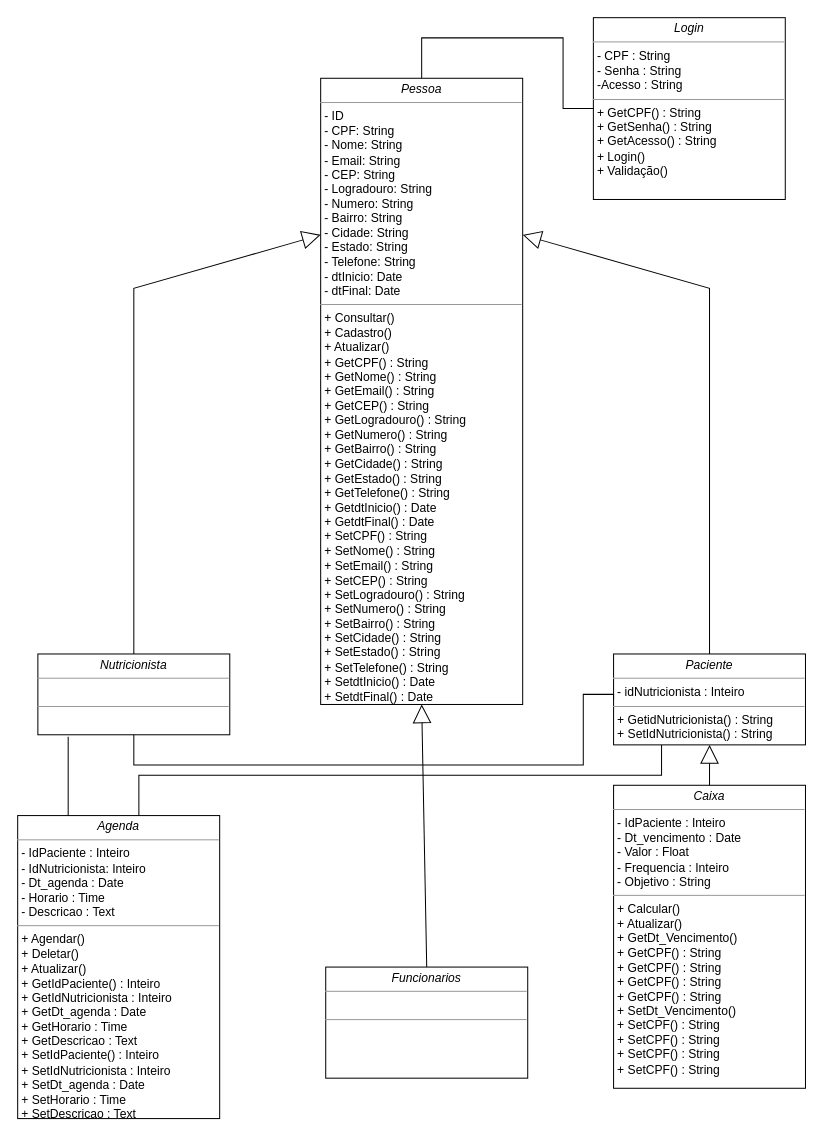
The draw.io diagram Diagrama de Classe.drawio in Tavares264/Project_PccFit, before the edit. Source tidied: cells renumbered, new cells numbered last; positions are measured from the earlier drawing's top-left corner, leaving out a move shared by most shapes. Both pictures are drawn from the tidied source at 101%, with x=0, y=0 at pixel (17, 17).
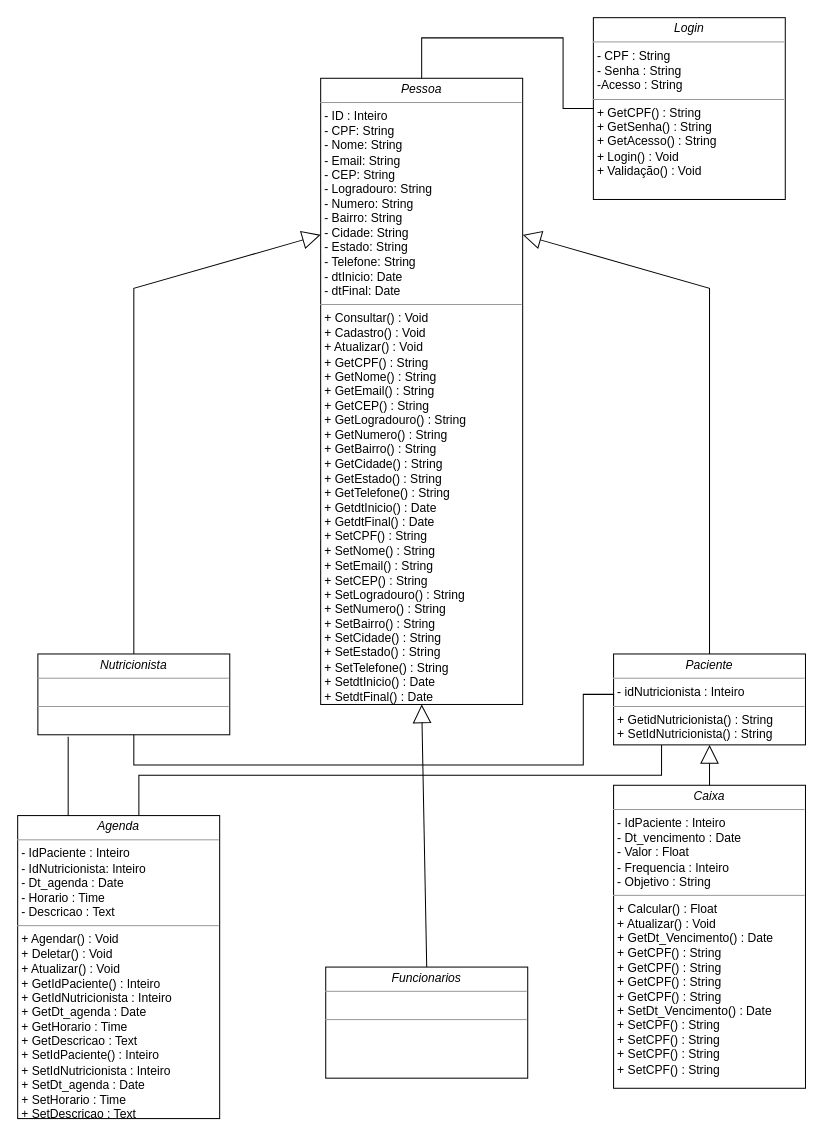
After the change.

What changed in the source:
```diff
@@
-    <mxCell id="5" value="&lt;p style=&quot;margin: 0px ; margin-top: 4px ; text-align: center&quot;&gt;&lt;i&gt;Pessoa&lt;/i&gt;&lt;/p&gt;&lt;hr size=&quot;1&quot;&gt;&lt;p style=&quot;margin: 0px ; margin-left: 4px&quot;&gt;- ID&lt;/p&gt;&lt;p style=&quot;margin: 0px ; margin-left: 4px&quot;&gt;- CPF: String&lt;br&gt;- Nome: String&lt;/p&gt;&lt;p style=&quot;margin: 0px ; margin-left: 4px&quot;&gt;- Email: String&lt;/p&gt;&lt;p style=&quot;margin: 0px ; margin-left: 4px&quot;&gt;- CEP: String&lt;/p&gt;&lt;p style=&quot;margin: 0px ; margin-left: 4px&quot;&gt;- Logradouro: String&lt;/p&gt;&lt;p style=&quot;margin: 0px ; margin-left: 4px&quot;&gt;- Numero: String&lt;/p&gt;&lt;p style=&quot;margin: 0px ; margin-left: 4px&quot;&gt;- Bairro: String&lt;/p&gt;&lt;p style=&quot;margin: 0px ; margin-left: 4px&quot;&gt;- Cidade: String&lt;/p&gt;&lt;p style=&quot;margin: 0px ; margin-left: 4px&quot;&gt;- Estado: String&lt;/p&gt;&lt;p style=&quot;margin: 0px ; margin-left: 4px&quot;&gt;- Telefone: String&lt;/p&gt;&lt;p style=&quot;margin: 0px ; margin-left: 4px&quot;&gt;- dtInicio: Date&lt;/p&gt;&lt;p style=&quot;margin: 0px ; margin-left: 4px&quot;&gt;- dtFinal: Date&lt;br&gt;&lt;/p&gt;&lt;hr size=&quot;1&quot;&gt;&lt;p style=&quot;margin: 0px 0px 0px 4px&quot;&gt;&lt;span&gt;+ Consultar()&lt;/span&gt;&lt;br&gt;&lt;/p&gt;&lt;p style=&quot;margin: 0px 0px 0px 4px&quot;&gt;+ Cadastro()&lt;/p&gt;&lt;p style=&quot;margin: 0px 0px 0px 4px&quot;&gt;+ Atualizar()&lt;/p&gt;&lt;p style=&quot;margin: 0px 0px 0px 4px&quot;&gt;+ GetCPF() : String&lt;br&gt;+ GetNome() : String&lt;/p&gt;&lt;p style=&quot;margin: 0px 0px 0px 4px&quot;&gt;+ GetEmail() :&amp;nbsp;String&lt;/p&gt;&lt;p style=&quot;margin: 0px 0px 0px 4px&quot;&gt;+ GetCEP() :&amp;nbsp;String&lt;/p&gt;&lt;p style=&quot;margin: 0px 0px 0px 4px&quot;&gt;+ GetLogradouro() :&amp;nbsp;String&lt;/p&gt;&lt;p style=&quot;margin: 0px 0px 0px 4px&quot;&gt;+ GetNumero() :&amp;nbsp;String&lt;/p&gt;&lt;p style=&quot;margin: 0px 0px 0px 4px&quot;&gt;+ GetBairro() :&amp;nbsp;String&lt;/p&gt;&lt;p style=&quot;margin: 0px 0px 0px 4px&quot;&gt;+ GetCidade() :&amp;nbsp;String&lt;/p&gt;&lt;p style=&quot;margin: 0px 0px 0px 4px&quot;&gt;+ GetEstado() :&amp;nbsp;String&lt;/p&gt;&lt;p style=&quot;margin: 0px 0px 0px 4px&quot;&gt;+ GetTelefone() :&amp;nbsp;String&lt;/p&gt;&lt;p style=&quot;margin: 0px 0px 0px 4px&quot;&gt;+ GetdtInicio() :&amp;nbsp;Date&lt;/p&gt;&lt;p style=&quot;margin: 0px 0px 0px 4px&quot;&gt;+ GetdtFinal() :&amp;nbsp;Date&lt;/p&gt;&lt;p style=&quot;margin: 0px 0px 0px 4px&quot;&gt;+ SetCPF() : String&lt;br&gt;+ SetNome() : String&lt;/p&gt;&lt;p style=&quot;margin: 0px 0px 0px 4px&quot;&gt;+ SetEmail() :&amp;nbsp;String&lt;/p&gt;&lt;p style=&quot;margin: 0px 0px 0px 4px&quot;&gt;+ SetCEP() :&amp;nbsp;String&lt;/p&gt;&lt;p style=&quot;margin: 0px 0px 0px 4px&quot;&gt;+ SetLogradouro() :&amp;nbsp;String&lt;/p&gt;&lt;p style=&quot;margin: 0px 0px 0px 4px&quot;&gt;+ SetNumero() :&amp;nbsp;String&lt;/p&gt;&lt;p style=&quot;margin: 0px 0px 0px 4px&quot;&gt;+ SetBairro() :&amp;nbsp;String&lt;/p&gt;&lt;p style=&quot;margin: 0px 0px 0px 4px&quot;&gt;+ SetCidade() :&amp;nbsp;String&lt;/p&gt;&lt;p style=&quot;margin: 0px 0px 0px 4px&quot;&gt;+ SetEstado() :&amp;nbsp;String&lt;/p&gt;&lt;p style=&quot;margin: 0px 0px 0px 4px&quot;&gt;+ SetTelefone() :&amp;nbsp;String&lt;/p&gt;&lt;p style=&quot;margin: 0px 0px 0px 4px&quot;&gt;+ SetdtInicio() :&amp;nbsp;Date&lt;/p&gt;&lt;p style=&quot;margin: 0px 0px 0px 4px&quot;&gt;+ SetdtFinal() :&amp;nbsp;Date&lt;/p&gt;" style="verticalAlign=top;align=left;overflow=fill;fontSize=12;fontFamily=Helvetica;html=1;rounded=0;shadow=0;comic=0;labelBackgroundColor=none;strokeWidth=1;" parent="1" vertex="1">
+    <mxCell id="5" value="&lt;p style=&quot;margin: 0px ; margin-top: 4px ; text-align: center&quot;&gt;&lt;i&gt;Pessoa&lt;/i&gt;&lt;/p&gt;&lt;hr size=&quot;1&quot;&gt;&lt;p style=&quot;margin: 0px ; margin-left: 4px&quot;&gt;- ID : Inteiro&lt;/p&gt;&lt;p style=&quot;margin: 0px ; margin-left: 4px&quot;&gt;- CPF: String&lt;br&gt;- Nome: String&lt;/p&gt;&lt;p style=&quot;margin: 0px ; margin-left: 4px&quot;&gt;- Email: String&lt;/p&gt;&lt;p style=&quot;margin: 0px ; margin-left: 4px&quot;&gt;- CEP: String&lt;/p&gt;&lt;p style=&quot;margin: 0px ; margin-left: 4px&quot;&gt;- Logradouro: String&lt;/p&gt;&lt;p style=&quot;margin: 0px ; margin-left: 4px&quot;&gt;- Numero: String&lt;/p&gt;&lt;p style=&quot;margin: 0px ; margin-left: 4px&quot;&gt;- Bairro: String&lt;/p&gt;&lt;p style=&quot;margin: 0px ; margin-left: 4px&quot;&gt;- Cidade: String&lt;/p&gt;&lt;p style=&quot;margin: 0px ; margin-left: 4px&quot;&gt;- Estado: String&lt;/p&gt;&lt;p style=&quot;margin: 0px ; margin-left: 4px&quot;&gt;- Telefone: String&lt;/p&gt;&lt;p style=&quot;margin: 0px ; margin-left: 4px&quot;&gt;- dtInicio: Date&lt;/p&gt;&lt;p style=&quot;margin: 0px ; margin-left: 4px&quot;&gt;- dtFinal: Date&lt;br&gt;&lt;/p&gt;&lt;hr size=&quot;1&quot;&gt;&lt;p style=&quot;margin: 0px 0px 0px 4px&quot;&gt;&lt;span&gt;+ Consultar() : Void&lt;/span&gt;&lt;br&gt;&lt;/p&gt;&lt;p style=&quot;margin: 0px 0px 0px 4px&quot;&gt;+ Cadastro() : Void&lt;/p&gt;&lt;p style=&quot;margin: 0px 0px 0px 4px&quot;&gt;+ Atualizar() : Void&lt;/p&gt;&lt;p style=&quot;margin: 0px 0px 0px 4px&quot;&gt;+ GetCPF() : String&lt;br&gt;+ GetNome() : String&lt;/p&gt;&lt;p style=&quot;margin: 0px 0px 0px 4px&quot;&gt;+ GetEmail() :&amp;nbsp;String&lt;/p&gt;&lt;p style=&quot;margin: 0px 0px 0px 4px&quot;&gt;+ GetCEP() :&amp;nbsp;String&lt;/p&gt;&lt;p style=&quot;margin: 0px 0px 0px 4px&quot;&gt;+ GetLogradouro() :&amp;nbsp;String&lt;/p&gt;&lt;p style=&quot;margin: 0px 0px 0px 4px&quot;&gt;+ GetNumero() :&amp;nbsp;String&lt;/p&gt;&lt;p style=&quot;margin: 0px 0px 0px 4px&quot;&gt;+ GetBairro() :&amp;nbsp;String&lt;/p&gt;&lt;p style=&quot;margin: 0px 0px 0px 4px&quot;&gt;+ GetCidade() :&amp;nbsp;String&lt;/p&gt;&lt;p style=&quot;margin: 0px 0px 0px 4px&quot;&gt;+ GetEstado() :&amp;nbsp;String&lt;/p&gt;&lt;p style=&quot;margin: 0px 0px 0px 4px&quot;&gt;+ GetTelefone() :&amp;nbsp;String&lt;/p&gt;&lt;p style=&quot;margin: 0px 0px 0px 4px&quot;&gt;+ GetdtInicio() :&amp;nbsp;Date&lt;/p&gt;&lt;p style=&quot;margin: 0px 0px 0px 4px&quot;&gt;+ GetdtFinal() :&amp;nbsp;Date&lt;/p&gt;&lt;p style=&quot;margin: 0px 0px 0px 4px&quot;&gt;+ SetCPF() : String&lt;br&gt;+ SetNome() : String&lt;/p&gt;&lt;p style=&quot;margin: 0px 0px 0px 4px&quot;&gt;+ SetEmail() :&amp;nbsp;String&lt;/p&gt;&lt;p style=&quot;margin: 0px 0px 0px 4px&quot;&gt;+ SetCEP() :&amp;nbsp;String&lt;/p&gt;&lt;p style=&quot;margin: 0px 0px 0px 4px&quot;&gt;+ SetLogradouro() :&amp;nbsp;String&lt;/p&gt;&lt;p style=&quot;margin: 0px 0px 0px 4px&quot;&gt;+ SetNumero() :&amp;nbsp;String&lt;/p&gt;&lt;p style=&quot;margin: 0px 0px 0px 4px&quot;&gt;+ SetBairro() :&amp;nbsp;String&lt;/p&gt;&lt;p style=&quot;margin: 0px 0px 0px 4px&quot;&gt;+ SetCidade() :&amp;nbsp;String&lt;/p&gt;&lt;p style=&quot;margin: 0px 0px 0px 4px&quot;&gt;+ SetEstado() :&amp;nbsp;String&lt;/p&gt;&lt;p style=&quot;margin: 0px 0px 0px 4px&quot;&gt;+ SetTelefone() :&amp;nbsp;String&lt;/p&gt;&lt;p style=&quot;margin: 0px 0px 0px 4px&quot;&gt;+ SetdtInicio() :&amp;nbsp;Date&lt;/p&gt;&lt;p style=&quot;margin: 0px 0px 0px 4px&quot;&gt;+ SetdtFinal() :&amp;nbsp;Date&lt;/p&gt;" style="verticalAlign=top;align=left;overflow=fill;fontSize=12;fontFamily=Helvetica;html=1;rounded=0;shadow=0;comic=0;labelBackgroundColor=none;strokeWidth=1;" parent="1" vertex="1">
       <mxGeometry x="300" y="60" width="200" height="620" as="geometry" />
     </mxCell>
@@
-    <mxCell id="9" value="&lt;p style=&quot;margin: 0px ; margin-top: 4px ; text-align: center&quot;&gt;&lt;i&gt;Caixa&lt;/i&gt;&lt;/p&gt;&lt;hr size=&quot;1&quot;&gt;&lt;p style=&quot;margin: 0px ; margin-left: 4px&quot;&gt;- IdPaciente : Inteiro&lt;br&gt;&lt;/p&gt;&lt;p style=&quot;margin: 0px ; margin-left: 4px&quot;&gt;- Dt_vencimento : Date&lt;/p&gt;&lt;p style=&quot;margin: 0px ; margin-left: 4px&quot;&gt;- Valor : Float&lt;/p&gt;&lt;p style=&quot;margin: 0px ; margin-left: 4px&quot;&gt;- Frequencia : Inteiro&lt;/p&gt;&lt;p style=&quot;margin: 0px ; margin-left: 4px&quot;&gt;- Objetivo : String&amp;nbsp;&lt;/p&gt;&lt;hr size=&quot;1&quot;&gt;&lt;p style=&quot;margin: 0px 0px 0px 4px&quot;&gt;+ Calcular()&lt;/p&gt;&lt;p style=&quot;margin: 0px 0px 0px 4px&quot;&gt;+ Atualizar()&lt;/p&gt;&lt;p style=&quot;margin: 0px 0px 0px 4px&quot;&gt;+ GetDt_Vencimento()&lt;/p&gt;&lt;p style=&quot;margin: 0px 0px 0px 4px&quot;&gt;&lt;span&gt;+ GetCPF() : String&lt;/span&gt;&lt;/p&gt;&lt;p style=&quot;margin: 0px 0px 0px 4px&quot;&gt;+ GetCPF() : String&lt;br&gt;&lt;/p&gt;&lt;p style=&quot;margin: 0px 0px 0px 4px&quot;&gt;+ GetCPF() : String&lt;br&gt;&lt;/p&gt;&lt;p style=&quot;margin: 0px 0px 0px 4px&quot;&gt;+ GetCPF() : String&lt;br&gt;&lt;/p&gt;&lt;p style=&quot;margin: 0px 0px 0px 4px&quot;&gt;+ SetDt_Vencimento()&lt;/p&gt;&lt;p style=&quot;margin: 0px 0px 0px 4px&quot;&gt;+ SetCPF() : String&lt;/p&gt;&lt;p style=&quot;margin: 0px 0px 0px 4px&quot;&gt;+ SetCPF() : String&lt;br&gt;&lt;/p&gt;&lt;p style=&quot;margin: 0px 0px 0px 4px&quot;&gt;+ SetCPF() : String&lt;br&gt;&lt;/p&gt;&lt;p style=&quot;margin: 0px 0px 0px 4px&quot;&gt;+ SetCPF() : String&lt;/p&gt;" style="verticalAlign=top;align=left;overflow=fill;fontSize=12;fontFamily=Helvetica;html=1;rounded=0;shadow=0;comic=0;labelBackgroundColor=none;strokeWidth=1;" parent="1" vertex="1">
+    <mxCell id="9" value="&lt;p style=&quot;margin: 0px ; margin-top: 4px ; text-align: center&quot;&gt;&lt;i&gt;Caixa&lt;/i&gt;&lt;/p&gt;&lt;hr size=&quot;1&quot;&gt;&lt;p style=&quot;margin: 0px ; margin-left: 4px&quot;&gt;- IdPaciente : Inteiro&lt;br&gt;&lt;/p&gt;&lt;p style=&quot;margin: 0px ; margin-left: 4px&quot;&gt;- Dt_vencimento : Date&lt;/p&gt;&lt;p style=&quot;margin: 0px ; margin-left: 4px&quot;&gt;- Valor : Float&lt;/p&gt;&lt;p style=&quot;margin: 0px ; margin-left: 4px&quot;&gt;- Frequencia : Inteiro&lt;/p&gt;&lt;p style=&quot;margin: 0px ; margin-left: 4px&quot;&gt;- Objetivo : String&amp;nbsp;&lt;/p&gt;&lt;hr size=&quot;1&quot;&gt;&lt;p style=&quot;margin: 0px 0px 0px 4px&quot;&gt;+ Calcular() : Float&lt;/p&gt;&lt;p style=&quot;margin: 0px 0px 0px 4px&quot;&gt;+ Atualizar() : Void&lt;/p&gt;&lt;p style=&quot;margin: 0px 0px 0px 4px&quot;&gt;+ GetDt_Vencimento() : Date&lt;/p&gt;&lt;p style=&quot;margin: 0px 0px 0px 4px&quot;&gt;&lt;span&gt;+ GetCPF() : String&lt;/span&gt;&lt;/p&gt;&lt;p style=&quot;margin: 0px 0px 0px 4px&quot;&gt;+ GetCPF() : String&lt;br&gt;&lt;/p&gt;&lt;p style=&quot;margin: 0px 0px 0px 4px&quot;&gt;+ GetCPF() : String&lt;br&gt;&lt;/p&gt;&lt;p style=&quot;margin: 0px 0px 0px 4px&quot;&gt;+ GetCPF() : String&lt;br&gt;&lt;/p&gt;&lt;p style=&quot;margin: 0px 0px 0px 4px&quot;&gt;+ SetDt_Vencimento() : Date&lt;/p&gt;&lt;p style=&quot;margin: 0px 0px 0px 4px&quot;&gt;+ SetCPF() : String&lt;/p&gt;&lt;p style=&quot;margin: 0px 0px 0px 4px&quot;&gt;+ SetCPF() : String&lt;br&gt;&lt;/p&gt;&lt;p style=&quot;margin: 0px 0px 0px 4px&quot;&gt;+ SetCPF() : String&lt;br&gt;&lt;/p&gt;&lt;p style=&quot;margin: 0px 0px 0px 4px&quot;&gt;+ SetCPF() : String&lt;/p&gt;" style="verticalAlign=top;align=left;overflow=fill;fontSize=12;fontFamily=Helvetica;html=1;rounded=0;shadow=0;comic=0;labelBackgroundColor=none;strokeWidth=1;" parent="1" vertex="1">
       <mxGeometry x="590" y="760" width="190" height="300" as="geometry" />
     </mxCell>
@@
-    <mxCell id="12" value="&lt;p style=&quot;margin: 0px ; margin-top: 4px ; text-align: center&quot;&gt;&lt;i&gt;Login&lt;/i&gt;&lt;/p&gt;&lt;hr size=&quot;1&quot;&gt;&lt;p style=&quot;margin: 0px ; margin-left: 4px&quot;&gt;- CPF : String&lt;/p&gt;&lt;p style=&quot;margin: 0px ; margin-left: 4px&quot;&gt;- Senha : String&lt;/p&gt;&lt;p style=&quot;margin: 0px ; margin-left: 4px&quot;&gt;-Acesso : String&lt;/p&gt;&lt;hr size=&quot;1&quot;&gt;&lt;p style=&quot;margin: 0px 0px 0px 4px&quot;&gt;+ GetCPF() : String&lt;/p&gt;&lt;p style=&quot;margin: 0px 0px 0px 4px&quot;&gt;+ GetSenha() : String&lt;/p&gt;&lt;p style=&quot;margin: 0px 0px 0px 4px&quot;&gt;+ GetAcesso() : String&lt;/p&gt;&lt;p style=&quot;margin: 0px 0px 0px 4px&quot;&gt;+ Login()&lt;/p&gt;&lt;p style=&quot;margin: 0px 0px 0px 4px&quot;&gt;+ Validação()&lt;br&gt;&lt;/p&gt;" style="verticalAlign=top;align=left;overflow=fill;fontSize=12;fontFamily=Helvetica;html=1;rounded=0;shadow=0;comic=0;labelBackgroundColor=none;strokeWidth=1;" parent="1" vertex="1">
+    <mxCell id="12" value="&lt;p style=&quot;margin: 0px ; margin-top: 4px ; text-align: center&quot;&gt;&lt;i&gt;Login&lt;/i&gt;&lt;/p&gt;&lt;hr size=&quot;1&quot;&gt;&lt;p style=&quot;margin: 0px ; margin-left: 4px&quot;&gt;- CPF : String&lt;/p&gt;&lt;p style=&quot;margin: 0px ; margin-left: 4px&quot;&gt;- Senha : String&lt;/p&gt;&lt;p style=&quot;margin: 0px ; margin-left: 4px&quot;&gt;-Acesso : String&lt;/p&gt;&lt;hr size=&quot;1&quot;&gt;&lt;p style=&quot;margin: 0px 0px 0px 4px&quot;&gt;+ GetCPF() : String&lt;/p&gt;&lt;p style=&quot;margin: 0px 0px 0px 4px&quot;&gt;+ GetSenha() : String&lt;/p&gt;&lt;p style=&quot;margin: 0px 0px 0px 4px&quot;&gt;+ GetAcesso() : String&lt;/p&gt;&lt;p style=&quot;margin: 0px 0px 0px 4px&quot;&gt;+ Login() : Void&lt;/p&gt;&lt;p style=&quot;margin: 0px 0px 0px 4px&quot;&gt;+ Validação() : Void&lt;br&gt;&lt;/p&gt;" style="verticalAlign=top;align=left;overflow=fill;fontSize=12;fontFamily=Helvetica;html=1;rounded=0;shadow=0;comic=0;labelBackgroundColor=none;strokeWidth=1;" parent="1" vertex="1">
       <mxGeometry x="570" width="190" height="180" as="geometry" />
     </mxCell>
@@
-    <mxCell id="14" value="&lt;p style=&quot;margin: 0px ; margin-top: 4px ; text-align: center&quot;&gt;&lt;i&gt;Agenda&lt;/i&gt;&lt;/p&gt;&lt;hr size=&quot;1&quot;&gt;&lt;p style=&quot;margin: 0px ; margin-left: 4px&quot;&gt;- IdPaciente : Inteiro&lt;/p&gt;&lt;p style=&quot;margin: 0px ; margin-left: 4px&quot;&gt;- IdNutricionista: Inteiro&lt;/p&gt;&lt;p style=&quot;margin: 0px ; margin-left: 4px&quot;&gt;- Dt_agenda : Date&lt;/p&gt;&lt;p style=&quot;margin: 0px ; margin-left: 4px&quot;&gt;- Horario : Time&lt;/p&gt;&lt;p style=&quot;margin: 0px ; margin-left: 4px&quot;&gt;- Descricao : Text&lt;/p&gt;&lt;hr size=&quot;1&quot;&gt;&lt;p style=&quot;margin: 0px 0px 0px 4px&quot;&gt;+ Agendar()&lt;/p&gt;&lt;p style=&quot;margin: 0px 0px 0px 4px&quot;&gt;+ Deletar()&lt;/p&gt;&lt;p style=&quot;margin: 0px 0px 0px 4px&quot;&gt;+ Atualizar()&lt;/p&gt;&lt;p style=&quot;margin: 0px 0px 0px 4px&quot;&gt;+ GetIdPaciente() : Inteiro&lt;/p&gt;&lt;p style=&quot;margin: 0px 0px 0px 4px&quot;&gt;+ GetIdNutricionista : Inteiro&lt;/p&gt;&lt;p style=&quot;margin: 0px 0px 0px 4px&quot;&gt;+ GetDt_agenda : Date&lt;/p&gt;&lt;p style=&quot;margin: 0px 0px 0px 4px&quot;&gt;+ GetHorario : Time&lt;/p&gt;&lt;p style=&quot;margin: 0px 0px 0px 4px&quot;&gt;+ GetDescricao : Text&lt;/p&gt;&lt;p style=&quot;margin: 0px 0px 0px 4px&quot;&gt;+ SetIdPaciente() : Inteiro&lt;/p&gt;&lt;p style=&quot;margin: 0px 0px 0px 4px&quot;&gt;+ SetIdNutricionista : Inteiro&lt;/p&gt;&lt;p style=&quot;margin: 0px 0px 0px 4px&quot;&gt;+ SetDt_agenda : Date&lt;/p&gt;&lt;p style=&quot;margin: 0px 0px 0px 4px&quot;&gt;+ SetHorario : Time&lt;/p&gt;&lt;p style=&quot;margin: 0px 0px 0px 4px&quot;&gt;+ SetDescricao : Text&lt;/p&gt;" style="verticalAlign=top;align=left;overflow=fill;fontSize=12;fontFamily=Helvetica;html=1;rounded=0;shadow=0;comic=0;labelBackgroundColor=none;strokeWidth=1;" parent="1" vertex="1">
+    <mxCell id="14" value="&lt;p style=&quot;margin: 0px ; margin-top: 4px ; text-align: center&quot;&gt;&lt;i&gt;Agenda&lt;/i&gt;&lt;/p&gt;&lt;hr size=&quot;1&quot;&gt;&lt;p style=&quot;margin: 0px ; margin-left: 4px&quot;&gt;- IdPaciente : Inteiro&lt;/p&gt;&lt;p style=&quot;margin: 0px ; margin-left: 4px&quot;&gt;- IdNutricionista: Inteiro&lt;/p&gt;&lt;p style=&quot;margin: 0px ; margin-left: 4px&quot;&gt;- Dt_agenda : Date&lt;/p&gt;&lt;p style=&quot;margin: 0px ; margin-left: 4px&quot;&gt;- Horario : Time&lt;/p&gt;&lt;p style=&quot;margin: 0px ; margin-left: 4px&quot;&gt;- Descricao : Text&lt;/p&gt;&lt;hr size=&quot;1&quot;&gt;&lt;p style=&quot;margin: 0px 0px 0px 4px&quot;&gt;+ Agendar() : Void&lt;/p&gt;&lt;p style=&quot;margin: 0px 0px 0px 4px&quot;&gt;+ Deletar() : Void&lt;/p&gt;&lt;p style=&quot;margin: 0px 0px 0px 4px&quot;&gt;+ Atualizar() : Void&lt;/p&gt;&lt;p style=&quot;margin: 0px 0px 0px 4px&quot;&gt;+ GetIdPaciente() : Inteiro&lt;/p&gt;&lt;p style=&quot;margin: 0px 0px 0px 4px&quot;&gt;+ GetIdNutricionista : Inteiro&lt;/p&gt;&lt;p style=&quot;margin: 0px 0px 0px 4px&quot;&gt;+ GetDt_agenda : Date&lt;/p&gt;&lt;p style=&quot;margin: 0px 0px 0px 4px&quot;&gt;+ GetHorario : Time&lt;/p&gt;&lt;p style=&quot;margin: 0px 0px 0px 4px&quot;&gt;+ GetDescricao : Text&lt;/p&gt;&lt;p style=&quot;margin: 0px 0px 0px 4px&quot;&gt;+ SetIdPaciente() : Inteiro&lt;/p&gt;&lt;p style=&quot;margin: 0px 0px 0px 4px&quot;&gt;+ SetIdNutricionista : Inteiro&lt;/p&gt;&lt;p style=&quot;margin: 0px 0px 0px 4px&quot;&gt;+ SetDt_agenda : Date&lt;/p&gt;&lt;p style=&quot;margin: 0px 0px 0px 4px&quot;&gt;+ SetHorario : Time&lt;/p&gt;&lt;p style=&quot;margin: 0px 0px 0px 4px&quot;&gt;+ SetDescricao : Text&lt;/p&gt;" style="verticalAlign=top;align=left;overflow=fill;fontSize=12;fontFamily=Helvetica;html=1;rounded=0;shadow=0;comic=0;labelBackgroundColor=none;strokeWidth=1;" parent="1" vertex="1">
       <mxGeometry y="790" width="200" height="300" as="geometry" />
     </mxCell>
```
